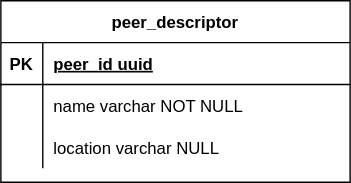
Before: doc/src/architecture/carl/img/database-schema.svg, a diagram exported from draw.io (eclipse-opendut/opendut). Source tidied: cells renumbered, new cells last; positions are measured from the earlier drawing's top-left corner, leaving out a move shared by most shapes.
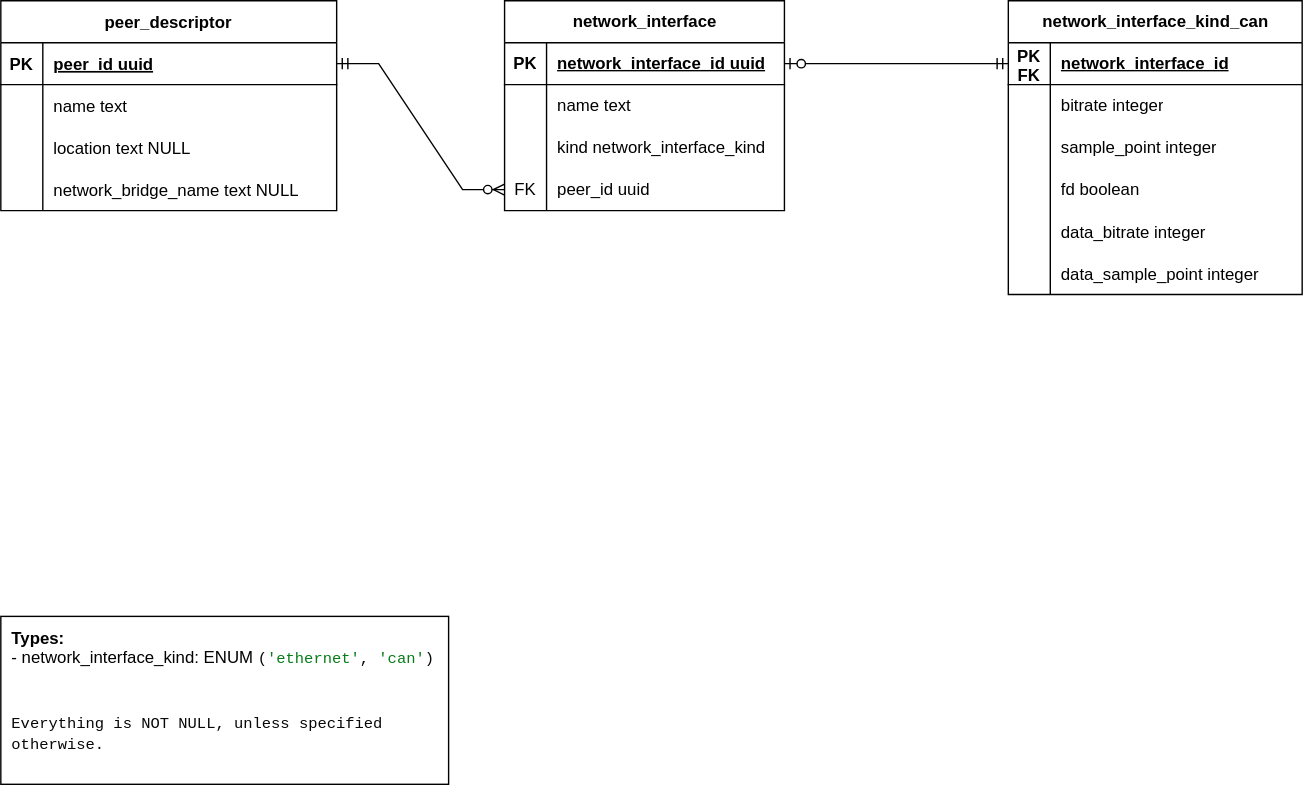
After the commit.

What changed in the source:
```diff
@@ -3,34 +3,148 @@
     <mxCell id="0" />
     <mxCell id="1" parent="0" />
     <mxCell id="2" value="peer_descriptor" style="shape=table;startSize=30;rowLines=0;fontStyle=1;align=center;" parent="1" vertex="1">
-      <mxGeometry width="250" height="130" as="geometry" />
+      <mxGeometry width="240" height="150" as="geometry" />
     </mxCell>
     <mxCell id="3" style="shape=partialRectangle;fillColor=none;points=[[0,0.5],[1,0.5]];portConstraint=eastwest;top=0;left=0;right=0;bottom=1;" parent="2" vertex="1">
-      <mxGeometry y="30" width="250" height="30" as="geometry" />
+      <mxGeometry y="30" width="240" height="30" as="geometry" />
     </mxCell>
     <mxCell id="4" value="PK" style="shape=partialRectangle;overflow=hidden;fillColor=none;top=0;left=0;bottom=0;right=0;fontStyle=1;" parent="3" vertex="1">
       <mxGeometry width="30" height="30" as="geometry" />
     </mxCell>
     <mxCell id="5" value="peer_id uuid" style="shape=partialRectangle;overflow=hidden;fillColor=none;top=0;left=0;bottom=0;right=0;align=left;spacingLeft=6;fontStyle=5;" parent="3" vertex="1">
-      <mxGeometry x="30" width="220" height="30" as="geometry" />
+      <mxGeometry x="30" width="210" height="30" as="geometry" />
     </mxCell>
     <mxCell id="6" style="shape=partialRectangle;fillColor=none;top=0;left=0;right=0;bottom=0;" parent="2" vertex="1">
-      <mxGeometry y="60" width="250" height="30" as="geometry" />
+      <mxGeometry y="60" width="240" height="30" as="geometry" />
     </mxCell>
     <mxCell id="7" style="shape=partialRectangle;overflow=hidden;fillColor=none;top=0;left=0;bottom=0;right=0;" parent="6" vertex="1">
       <mxGeometry width="30" height="30" as="geometry" />
     </mxCell>
-    <mxCell id="8" value="name varchar NOT NULL" style="shape=partialRectangle;overflow=hidden;fillColor=none;top=0;left=0;bottom=0;right=0;align=left;spacingLeft=6;" parent="6" vertex="1">
-      <mxGeometry x="30" width="220" height="30" as="geometry" />
+    <mxCell id="8" value="name text" style="shape=partialRectangle;overflow=hidden;fillColor=none;top=0;left=0;bottom=0;right=0;align=left;spacingLeft=6;" parent="6" vertex="1">
+      <mxGeometry x="30" width="210" height="30" as="geometry" />
     </mxCell>
     <mxCell id="9" style="shape=tableRow;horizontal=0;startSize=0;swimlaneHead=0;swimlaneBody=0;fillColor=none;top=0;left=0;right=0;bottom=0;" parent="2" vertex="1">
-      <mxGeometry y="90" width="250" height="30" as="geometry" />
+      <mxGeometry y="90" width="240" height="30" as="geometry" />
     </mxCell>
     <mxCell id="10" style="shape=partialRectangle;fillColor=none;top=0;left=0;bottom=0;right=0;overflow=hidden;" parent="9" vertex="1">
       <mxGeometry width="30" height="30" as="geometry" />
     </mxCell>
-    <mxCell id="11" value="location varchar NULL" style="shape=partialRectangle;fillColor=none;top=0;left=0;bottom=0;right=0;align=left;spacingLeft=6;overflow=hidden;" parent="9" vertex="1">
-      <mxGeometry x="30" width="220" height="30" as="geometry" />
+    <mxCell id="11" value="location text NULL" style="shape=partialRectangle;fillColor=none;top=0;left=0;bottom=0;right=0;align=left;spacingLeft=6;overflow=hidden;" parent="9" vertex="1">
+      <mxGeometry x="30" width="210" height="30" as="geometry" />
     </mxCell>
+    <mxCell id="12" style="shape=tableRow;horizontal=0;startSize=0;swimlaneHead=0;swimlaneBody=0;fillColor=none;top=0;left=0;right=0;bottom=0;" parent="2" vertex="1">
+      <mxGeometry y="120" width="240" height="30" as="geometry" />
+    </mxCell>
+    <mxCell id="13" style="shape=partialRectangle;fillColor=none;top=0;left=0;bottom=0;right=0;overflow=hidden;" parent="12" vertex="1">
+      <mxGeometry width="30" height="30" as="geometry" />
+    </mxCell>
+    <mxCell id="14" value="network_bridge_name text NULL" style="shape=partialRectangle;fillColor=none;top=0;left=0;bottom=0;right=0;align=left;spacingLeft=6;overflow=hidden;" parent="12" vertex="1">
+      <mxGeometry x="30" width="210" height="30" as="geometry" />
+    </mxCell>
+    <mxCell id="15" value="network_interface" style="shape=table;startSize=30;rowLines=0;fontStyle=1;align=center;html=1;" parent="1" vertex="1">
+      <mxGeometry x="360" width="200" height="150" as="geometry" />
+    </mxCell>
+    <mxCell id="16" style="shape=tableRow;horizontal=0;startSize=0;swimlaneHead=0;swimlaneBody=0;fillColor=none;points=[[0,0.5],[1,0.5]];portConstraint=eastwest;top=0;left=0;right=0;bottom=1;" parent="15" vertex="1">
+      <mxGeometry y="30" width="200" height="30" as="geometry" />
+    </mxCell>
+    <mxCell id="17" value="PK" style="shape=partialRectangle;fillColor=none;top=0;left=0;bottom=0;right=0;fontStyle=1;overflow=hidden;whiteSpace=wrap;html=1;" parent="16" vertex="1">
+      <mxGeometry width="30" height="30" as="geometry" />
+    </mxCell>
+    <mxCell id="18" value="network_interface_id uuid" style="shape=partialRectangle;fillColor=none;top=0;left=0;bottom=0;right=0;align=left;spacingLeft=6;fontStyle=5;overflow=hidden;whiteSpace=wrap;html=1;" parent="16" vertex="1">
+      <mxGeometry x="30" width="170" height="30" as="geometry" />
+    </mxCell>
+    <mxCell id="19" style="shape=tableRow;horizontal=0;startSize=0;swimlaneHead=0;swimlaneBody=0;fillColor=none;top=0;left=0;right=0;bottom=0;" parent="15" vertex="1">
+      <mxGeometry y="60" width="200" height="30" as="geometry" />
+    </mxCell>
+    <mxCell id="20" style="shape=partialRectangle;fillColor=none;top=0;left=0;bottom=0;right=0;overflow=hidden;whiteSpace=wrap;html=1;" parent="19" vertex="1">
+      <mxGeometry width="30" height="30" as="geometry" />
+    </mxCell>
+    <mxCell id="21" value="name text" style="shape=partialRectangle;fillColor=none;top=0;left=0;bottom=0;right=0;align=left;spacingLeft=6;overflow=hidden;whiteSpace=wrap;html=1;" parent="19" vertex="1">
+      <mxGeometry x="30" width="170" height="30" as="geometry" />
+    </mxCell>
+    <mxCell id="22" style="shape=tableRow;horizontal=0;startSize=0;swimlaneHead=0;swimlaneBody=0;fillColor=none;top=0;left=0;right=0;bottom=0;" parent="15" vertex="1">
+      <mxGeometry y="90" width="200" height="30" as="geometry" />
+    </mxCell>
+    <mxCell id="23" style="shape=partialRectangle;fillColor=none;top=0;left=0;bottom=0;right=0;overflow=hidden;whiteSpace=wrap;html=1;" parent="22" vertex="1">
+      <mxGeometry width="30" height="30" as="geometry" />
+    </mxCell>
+    <mxCell id="24" value="kind network_interface_kind" style="shape=partialRectangle;fillColor=none;top=0;left=0;bottom=0;right=0;align=left;spacingLeft=6;overflow=hidden;whiteSpace=wrap;html=1;" parent="22" vertex="1">
+      <mxGeometry x="30" width="170" height="30" as="geometry" />
+    </mxCell>
+    <mxCell id="25" style="shape=tableRow;horizontal=0;startSize=0;swimlaneHead=0;swimlaneBody=0;fillColor=none;points=[[0,0.5],[1,0.5]];portConstraint=eastwest;top=0;left=0;right=0;bottom=0;" parent="15" vertex="1">
+      <mxGeometry y="120" width="200" height="30" as="geometry" />
+    </mxCell>
+    <mxCell id="26" value="FK" style="shape=partialRectangle;fillColor=none;top=0;left=0;bottom=0;right=0;fontStyle=0;overflow=hidden;whiteSpace=wrap;html=1;" parent="25" vertex="1">
+      <mxGeometry width="30" height="30" as="geometry" />
+    </mxCell>
+    <mxCell id="27" value="peer_id uuid" style="shape=partialRectangle;fillColor=none;top=0;left=0;bottom=0;right=0;align=left;spacingLeft=6;fontStyle=0;overflow=hidden;whiteSpace=wrap;html=1;" parent="25" vertex="1">
+      <mxGeometry x="30" width="170" height="30" as="geometry" />
+    </mxCell>
+    <mxCell id="28" style="edgeStyle=entityRelationEdgeStyle;fontSize=12;html=1;endArrow=ERzeroToMany;startArrow=ERmandOne;rounded=0;entryX=0;entryY=0.5;entryDx=0;entryDy=0;exitX=1;exitY=0.5;exitDx=0;exitDy=0;" parent="1" edge="1" source="3" target="25">
+      <mxGeometry relative="1" as="geometry" />
+    </mxCell>
+    <mxCell id="29" value="network_interface_kind_can" style="shape=table;startSize=30;rowLines=0;fontStyle=1;align=center;html=1;" parent="1" vertex="1">
+      <mxGeometry x="720" width="210" height="210" as="geometry" />
+    </mxCell>
+    <mxCell id="30" style="shape=tableRow;horizontal=0;startSize=0;swimlaneHead=0;swimlaneBody=0;fillColor=none;points=[[0,0.5],[1,0.5]];portConstraint=eastwest;top=0;left=0;right=0;bottom=1;" parent="29" vertex="1">
+      <mxGeometry y="30" width="210" height="30" as="geometry" />
+    </mxCell>
+    <mxCell id="31" value="PK&lt;br&gt;FK" style="shape=partialRectangle;fillColor=none;top=0;left=0;bottom=0;right=0;fontStyle=1;overflow=hidden;whiteSpace=wrap;html=1;" parent="30" vertex="1">
+      <mxGeometry width="30" height="30" as="geometry" />
+    </mxCell>
+    <mxCell id="32" value="network_interface_id" style="shape=partialRectangle;fillColor=none;top=0;left=0;bottom=0;right=0;align=left;spacingLeft=6;fontStyle=5;overflow=hidden;whiteSpace=wrap;html=1;" parent="30" vertex="1">
+      <mxGeometry x="30" width="180" height="30" as="geometry" />
+    </mxCell>
+    <mxCell id="33" style="shape=tableRow;horizontal=0;startSize=0;swimlaneHead=0;swimlaneBody=0;fillColor=none;top=0;left=0;right=0;bottom=0;" parent="29" vertex="1">
+      <mxGeometry y="60" width="210" height="30" as="geometry" />
+    </mxCell>
+    <mxCell id="34" style="shape=partialRectangle;fillColor=none;top=0;left=0;bottom=0;right=0;overflow=hidden;whiteSpace=wrap;html=1;" parent="33" vertex="1">
+      <mxGeometry width="30" height="30" as="geometry" />
+    </mxCell>
+    <mxCell id="35" value="bitrate integer" style="shape=partialRectangle;fillColor=none;top=0;left=0;bottom=0;right=0;align=left;spacingLeft=6;overflow=hidden;whiteSpace=wrap;html=1;" parent="33" vertex="1">
+      <mxGeometry x="30" width="180" height="30" as="geometry" />
+    </mxCell>
+    <mxCell id="36" style="shape=tableRow;horizontal=0;startSize=0;swimlaneHead=0;swimlaneBody=0;fillColor=none;top=0;left=0;right=0;bottom=0;" parent="29" vertex="1">
+      <mxGeometry y="90" width="210" height="30" as="geometry" />
+    </mxCell>
+    <mxCell id="37" style="shape=partialRectangle;fillColor=none;top=0;left=0;bottom=0;right=0;overflow=hidden;whiteSpace=wrap;html=1;" parent="36" vertex="1">
+      <mxGeometry width="30" height="30" as="geometry" />
+    </mxCell>
+    <mxCell id="38" value="sample_point integer" style="shape=partialRectangle;fillColor=none;top=0;left=0;bottom=0;right=0;align=left;spacingLeft=6;overflow=hidden;whiteSpace=wrap;html=1;" parent="36" vertex="1">
+      <mxGeometry x="30" width="180" height="30" as="geometry" />
+    </mxCell>
+    <mxCell id="39" style="shape=tableRow;horizontal=0;startSize=0;swimlaneHead=0;swimlaneBody=0;fillColor=none;top=0;left=0;right=0;bottom=0;" parent="29" vertex="1">
+      <mxGeometry y="120" width="210" height="30" as="geometry" />
+    </mxCell>
+    <mxCell id="40" style="shape=partialRectangle;fillColor=none;top=0;left=0;bottom=0;right=0;overflow=hidden;whiteSpace=wrap;html=1;" parent="39" vertex="1">
+      <mxGeometry width="30" height="30" as="geometry" />
+    </mxCell>
+    <mxCell id="41" value="fd boolean" style="shape=partialRectangle;fillColor=none;top=0;left=0;bottom=0;right=0;align=left;spacingLeft=6;overflow=hidden;whiteSpace=wrap;html=1;" parent="39" vertex="1">
+      <mxGeometry x="30" width="180" height="30" as="geometry" />
+    </mxCell>
+    <mxCell id="42" style="shape=tableRow;horizontal=0;startSize=0;swimlaneHead=0;swimlaneBody=0;fillColor=none;top=0;left=0;right=0;bottom=0;" parent="29" vertex="1">
+      <mxGeometry y="150" width="210" height="30" as="geometry" />
+    </mxCell>
+    <mxCell id="43" style="shape=partialRectangle;fillColor=none;top=0;left=0;bottom=0;right=0;overflow=hidden;" parent="42" vertex="1">
+      <mxGeometry width="30" height="30" as="geometry" />
+    </mxCell>
+    <mxCell id="44" value="data_bitrate integer" style="shape=partialRectangle;fillColor=none;top=0;left=0;bottom=0;right=0;align=left;spacingLeft=6;overflow=hidden;" parent="42" vertex="1">
+      <mxGeometry x="30" width="180" height="30" as="geometry" />
+    </mxCell>
+    <mxCell id="45" style="shape=tableRow;horizontal=0;startSize=0;swimlaneHead=0;swimlaneBody=0;fillColor=none;top=0;left=0;right=0;bottom=0;" parent="29" vertex="1">
+      <mxGeometry y="180" width="210" height="30" as="geometry" />
+    </mxCell>
+    <mxCell id="46" style="shape=partialRectangle;fillColor=none;top=0;left=0;bottom=0;right=0;overflow=hidden;" parent="45" vertex="1">
+      <mxGeometry width="30" height="30" as="geometry" />
+    </mxCell>
+    <mxCell id="47" value="data_sample_point integer" style="shape=partialRectangle;fillColor=none;top=0;left=0;bottom=0;right=0;align=left;spacingLeft=6;overflow=hidden;" parent="45" vertex="1">
+      <mxGeometry x="30" width="180" height="30" as="geometry" />
+    </mxCell>
+    <mxCell id="48" style="edgeStyle=entityRelationEdgeStyle;fontSize=12;html=1;endArrow=ERzeroToOne;startArrow=ERmandOne;rounded=0;exitX=0;exitY=0.5;exitDx=0;exitDy=0;entryX=1;entryY=0.5;entryDx=0;entryDy=0;" parent="1" edge="1" source="30" target="16">
+      <mxGeometry relative="1" as="geometry" />
+    </mxCell>
+    <mxCell id="49" value="&lt;b&gt;Types:&lt;/b&gt;&lt;br&gt;- network_interface_kind:&amp;nbsp;ENUM &lt;span style=&quot;font-family: &amp;quot;Fira Code&amp;quot;, monospace; font-size: 8.3pt; background-color: rgb(255, 255, 255); color: rgb(8, 8, 8);&quot;&gt;(&lt;/span&gt;&lt;span style=&quot;font-family: &amp;quot;Fira Code&amp;quot;, monospace; font-size: 8.3pt; background-color: rgb(255, 255, 255); color: rgb(6, 125, 23);&quot;&gt;'ethernet'&lt;/span&gt;&lt;span style=&quot;font-family: &amp;quot;Fira Code&amp;quot;, monospace; font-size: 8.3pt; background-color: rgb(255, 255, 255); color: rgb(8, 8, 8);&quot;&gt;, &lt;/span&gt;&lt;span style=&quot;font-family: &amp;quot;Fira Code&amp;quot;, monospace; font-size: 8.3pt; background-color: rgb(255, 255, 255); color: rgb(6, 125, 23);&quot;&gt;'can'&lt;/span&gt;&lt;span style=&quot;font-family: &amp;quot;Fira Code&amp;quot;, monospace; font-size: 8.3pt; background-color: rgb(255, 255, 255); color: rgb(8, 8, 8);&quot;&gt;)&lt;br&gt;&lt;br&gt;&lt;br&gt;Everything is NOT NULL, unless specified otherwise.&lt;br&gt;&lt;/span&gt;" style="text;html=1;strokeColor=default;fillColor=none;align=left;verticalAlign=top;whiteSpace=wrap;rounded=0;spacing=4;spacingTop=0;spacingBottom=0;horizontal=1;spacingLeft=4;glass=0;shadow=0;" parent="1" vertex="1">
+      <mxGeometry y="440" width="320" height="120" as="geometry" />
+    </mxCell>
   </root>
 </mxGraphModel>
```
